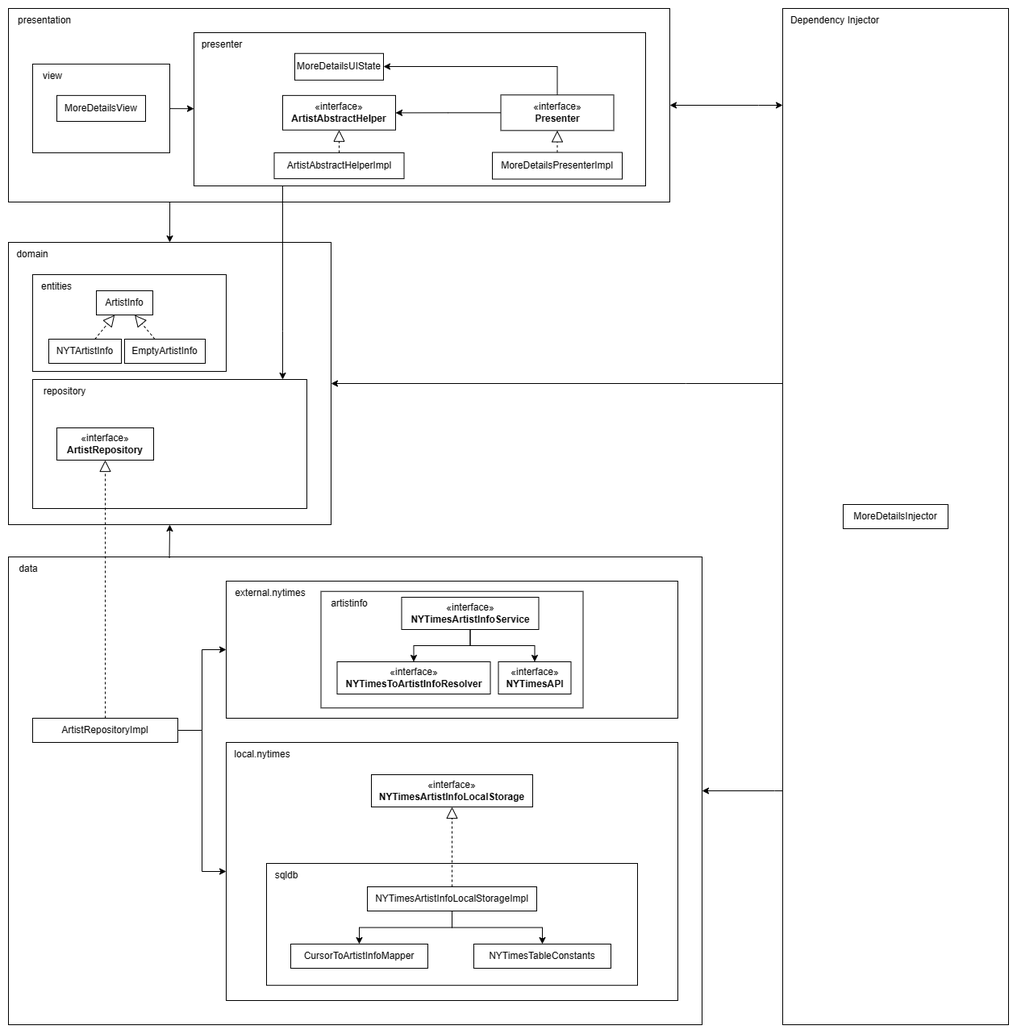
Above: docs/moredetails_classes_diagram.png in elagarrigue/AyDS23-NewYork3 (draw.io), before the change. Source tidied: cells renumbered, new cells last; positions are measured from the earlier drawing's top-left corner, leaving out a move shared by most shapes.
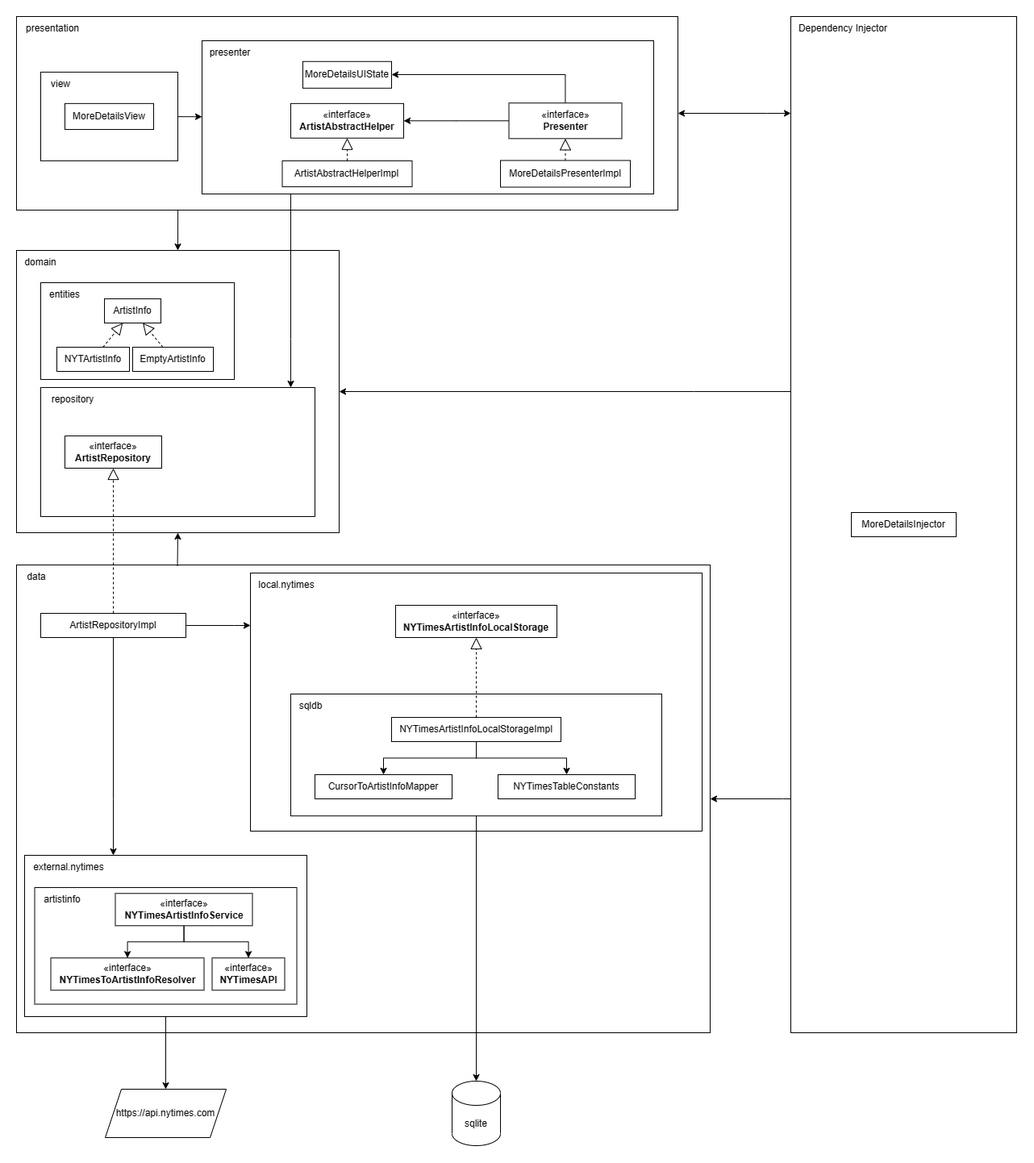
The same diagram one commit later.

Commit message:
Updated `moredetails` classes diagram

Change to the diagram source:
```diff
@@ -109,7 +109,7 @@
       <mxGeometry x="30" y="60" width="120" height="40" as="geometry" />
     </mxCell>
     <mxCell id="36" style="group;" parent="1" vertex="1">
-      <mxGeometry y="680" width="860" height="580" as="geometry" />
+      <mxGeometry y="680" width="980" height="580" as="geometry" />
     </mxCell>
     <mxCell id="37" style="rounded=0;whiteSpace=wrap;html=1;" parent="36" vertex="1">
       <mxGeometry width="860" height="580" as="geometry" />
@@ -118,10 +118,29 @@
       <mxGeometry width="50" height="30" as="geometry" />
     </mxCell>
     <mxCell id="39" value="ArtistRepositoryImpl" style="html=1;whiteSpace=wrap;rounded=0;" parent="36" vertex="1">
-      <mxGeometry x="30" y="200" width="180" height="30" as="geometry" />
+      <mxGeometry x="30" y="60" width="180" height="30" as="geometry" />
     </mxCell>
+    <mxCell id="65" style="edgeStyle=orthogonalEdgeStyle;rounded=0;jettySize=auto;html=1;" parent="36" edge="1" source="39" target="55">
+      <mxGeometry relative="1" as="geometry">
+        <Array as="points">
+          <mxPoint x="120" y="290" />
+          <mxPoint x="120" y="290" />
+        </Array>
+      </mxGeometry>
+    </mxCell>
+    <mxCell id="66" style="endArrow=block;dashed=1;endFill=0;endSize=12;html=1;" parent="36" edge="1" source="39" target="35">
+      <mxGeometry relative="1" as="geometry" />
+    </mxCell>
+    <mxCell id="53" style="edgeStyle=orthogonalEdgeStyle;rounded=0;jettySize=auto;html=1;" parent="36" edge="1" source="39" target="41">
+      <mxGeometry relative="1" as="geometry">
+        <Array as="points">
+          <mxPoint x="270" y="75" />
+          <mxPoint x="270" y="75" />
+        </Array>
+      </mxGeometry>
+    </mxCell>
     <mxCell id="40" style="group;" parent="36" vertex="1">
-      <mxGeometry x="270" y="230" width="560" height="320" as="geometry" />
+      <mxGeometry x="290" y="10" width="560" height="320" as="geometry" />
     </mxCell>
     <mxCell id="41" style="rounded=0;whiteSpace=wrap;html=1;" parent="40" vertex="1">
       <mxGeometry width="560" height="320" as="geometry" />
@@ -159,20 +178,17 @@
     <mxCell id="52" style="endArrow=block;dashed=1;endFill=0;endSize=12;html=1;rounded=0;" parent="40" edge="1" source="48" target="51">
       <mxGeometry relative="1" as="geometry" />
     </mxCell>
-    <mxCell id="53" style="edgeStyle=orthogonalEdgeStyle;rounded=0;jettySize=auto;html=1;" parent="36" edge="1" source="39" target="41">
-      <mxGeometry relative="1" as="geometry" />
-    </mxCell>
-    <mxCell id="54" style="group;" parent="36" vertex="1">
-      <mxGeometry x="270" y="30" width="560" height="170" as="geometry" />
-    </mxCell>
+    <mxCell id="76" style="group;" parent="36" vertex="1">
+      <mxGeometry x="10" y="360" width="350" height="200" as="geometry" />
+    </mxCell>
-    <mxCell id="55" style="rounded=0;whiteSpace=wrap;html=1;" parent="54" vertex="1">
-      <mxGeometry width="560" height="170" as="geometry" />
+    <mxCell id="55" style="rounded=0;whiteSpace=wrap;html=1;" parent="76" vertex="1">
+      <mxGeometry width="350" height="200" as="geometry" />
     </mxCell>
-    <mxCell id="56" value="external.nytimes" style="text;html=1;strokeColor=none;fillColor=none;align=center;verticalAlign=middle;whiteSpace=wrap;rounded=0;" parent="54" vertex="1">
+    <mxCell id="56" value="external.nytimes" style="text;html=1;strokeColor=none;fillColor=none;align=center;verticalAlign=middle;whiteSpace=wrap;rounded=0;" parent="76" vertex="1">
       <mxGeometry width="110" height="30" as="geometry" />
     </mxCell>
-    <mxCell id="57" style="group;" parent="54" vertex="1">
-      <mxGeometry x="117.5" y="12.7" width="325" height="144.6" as="geometry" />
+    <mxCell id="57" style="group;" parent="76" vertex="1">
+      <mxGeometry x="12.5" y="40" width="325" height="144.6" as="geometry" />
     </mxCell>
     <mxCell id="58" style="rounded=0;whiteSpace=wrap;html=1;" parent="57" vertex="1">
       <mxGeometry width="325" height="144.6" as="geometry" />
@@ -195,12 +211,6 @@
     <mxCell id="64" value="«interface»&lt;br&gt;&lt;b&gt;NYTimesArtistInfoService&lt;/b&gt;" style="html=1;whiteSpace=wrap;rounded=0;" parent="57" vertex="1">
       <mxGeometry x="100" y="7.3" width="170" height="40" as="geometry" />
     </mxCell>
-    <mxCell id="65" style="edgeStyle=orthogonalEdgeStyle;rounded=0;jettySize=auto;html=1;" parent="36" edge="1" source="39" target="55">
-      <mxGeometry relative="1" as="geometry" />
-    </mxCell>
-    <mxCell id="66" style="endArrow=block;dashed=1;endFill=0;endSize=12;html=1;" parent="36" edge="1" source="39" target="35">
-      <mxGeometry relative="1" as="geometry" />
-    </mxCell>
     <mxCell id="67" style="edgeStyle=orthogonalEdgeStyle;rounded=0;jettySize=auto;html=1;" parent="1" edge="1" source="73" target="22">
       <mxGeometry relative="1" as="geometry">
         <Array as="points">
@@ -248,5 +258,17 @@
     <mxCell id="75" value="Dependency Injector" style="text;html=1;strokeColor=none;fillColor=none;align=center;verticalAlign=middle;whiteSpace=wrap;rounded=0;" parent="72" vertex="1">
       <mxGeometry width="130" height="30" as="geometry" />
     </mxCell>
+    <mxCell id="77" value="sqlite" style="shape=cylinder3;whiteSpace=wrap;html=1;boundedLbl=1;backgroundOutline=1;size=15;" parent="1" vertex="1">
+      <mxGeometry x="540" y="1320" width="60" height="80" as="geometry" />
+    </mxCell>
+    <mxCell id="78" value="&lt;a href=&quot;https://api.nytimes.com/&quot;&gt;https://api.nytimes.com&lt;/a&gt;" style="shape=parallelogram;perimeter=parallelogramPerimeter;whiteSpace=wrap;html=1;fixedSize=1;" parent="1" vertex="1">
+      <mxGeometry x="110" y="1330" width="150" height="60" as="geometry" />
+    </mxCell>
+    <mxCell id="79" style="edgeStyle=none;jettySize=auto;html=1;rounded=0;" parent="1" edge="1" source="44" target="77">
+      <mxGeometry relative="1" as="geometry" />
+    </mxCell>
+    <mxCell id="80" style="edgeStyle=none;jettySize=auto;html=1;rounded=0;" parent="1" edge="1" source="55" target="78">
+      <mxGeometry relative="1" as="geometry" />
+    </mxCell>
   </root>
 </mxGraphModel>
```
